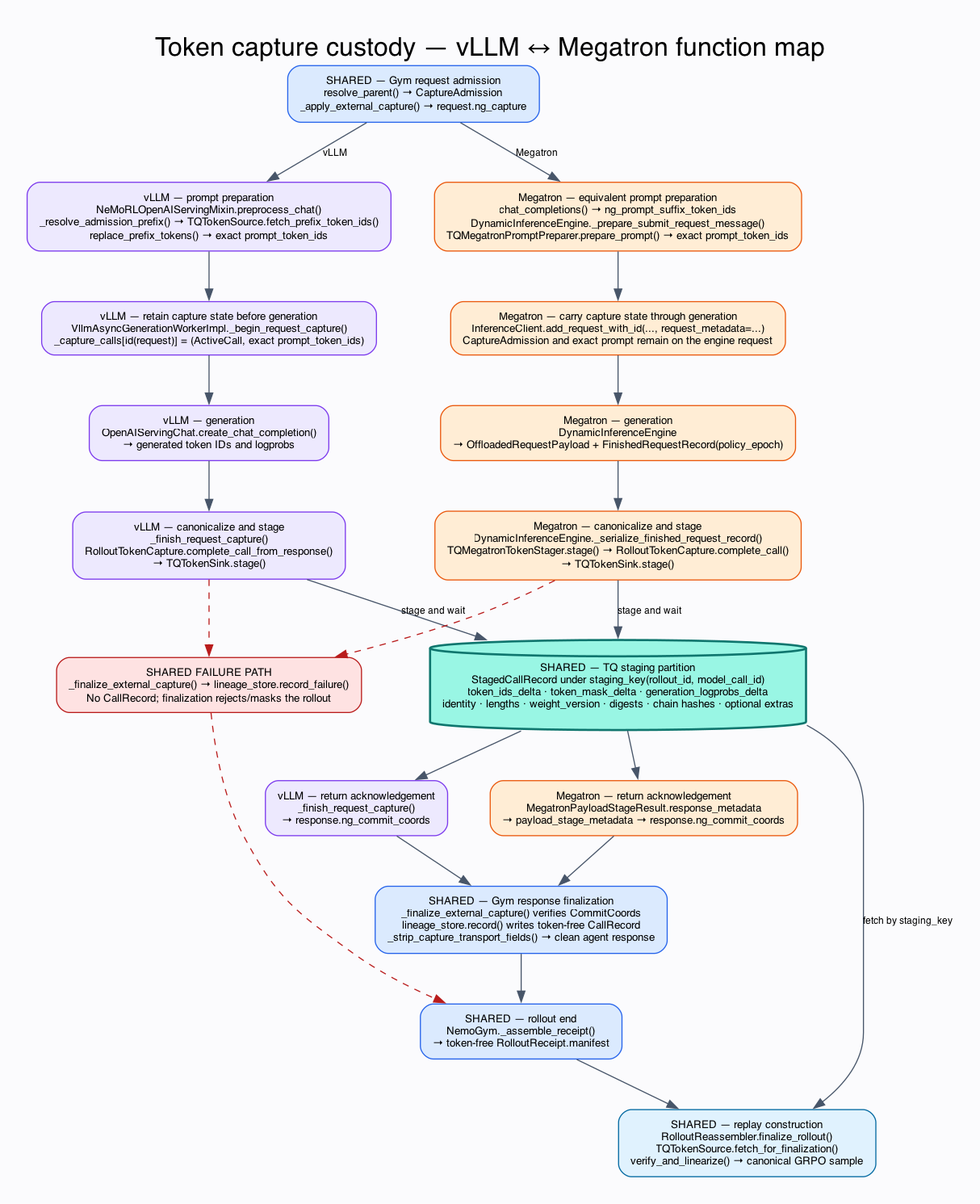
The Graphviz diagram docs/assets/token-capture-ledger-queue-data-flow.png in NVIDIA-NeMo/RL, before a commit. Its source is kept beside it as docs/assets/token-capture-ledger-queue-data-flow.dot.
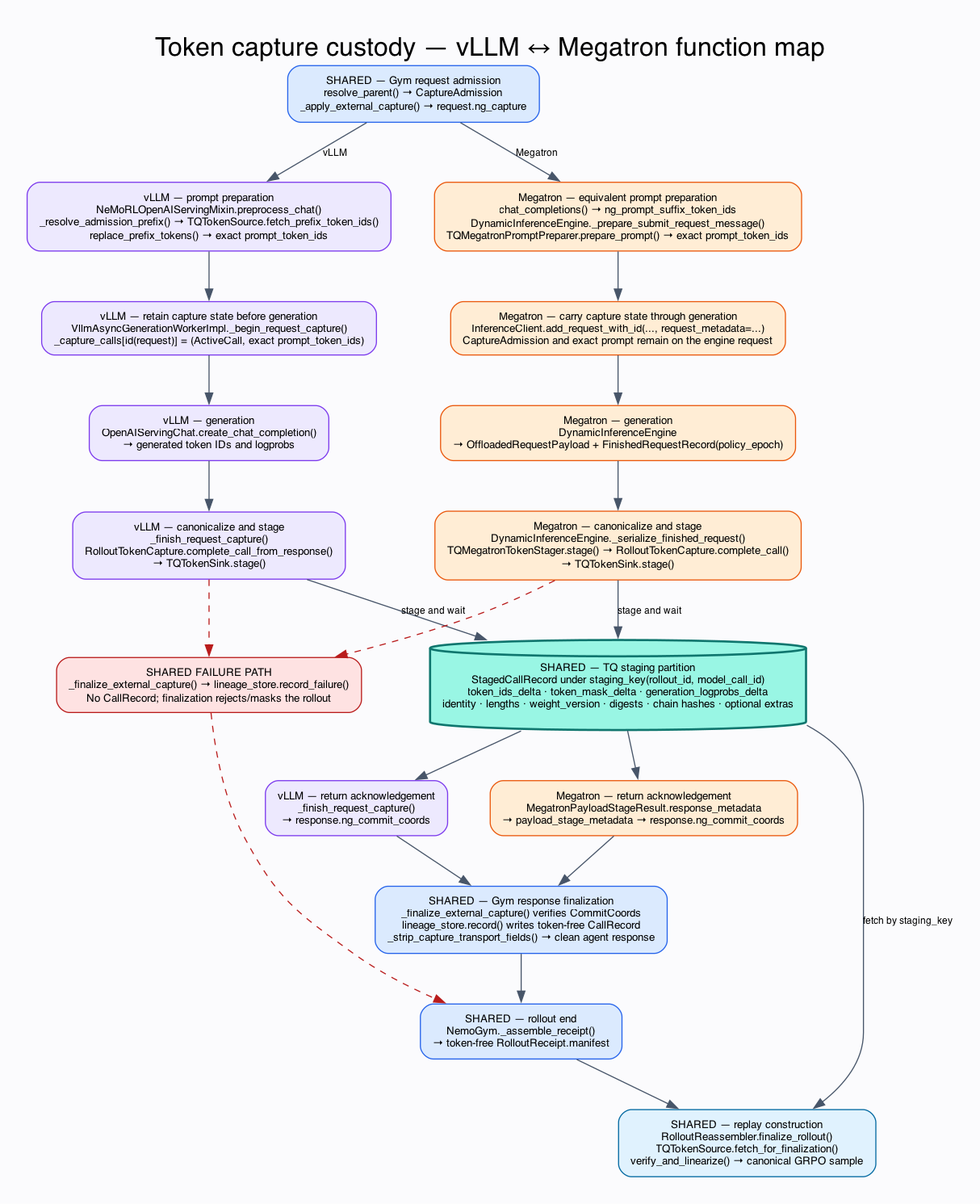
Above is the later version.

Commit message:
docs(token-capture): align ledger design doc with attribution and metrics code

The edit, as a diff of the source:
```diff
@@ -77,7 +77,7 @@
     group="right",
     color="#ea580c",
     fillcolor="#ffedd5",
-    label="Megatron — canonicalize and stage\nDynamicInferenceEngine._serialize_finished_request_record()\nTQMegatronTokenStager.stage() → RolloutTokenCapture.complete_call()\n→ TQTokenSink.stage()"
+    label="Megatron — canonicalize and stage\nDynamicInferenceEngine._serialize_finished_request()\nTQMegatronTokenStager.stage() → RolloutTokenCapture.complete_call()\n→ TQTokenSink.stage()"
   ];
 
   tq_staging [
```
